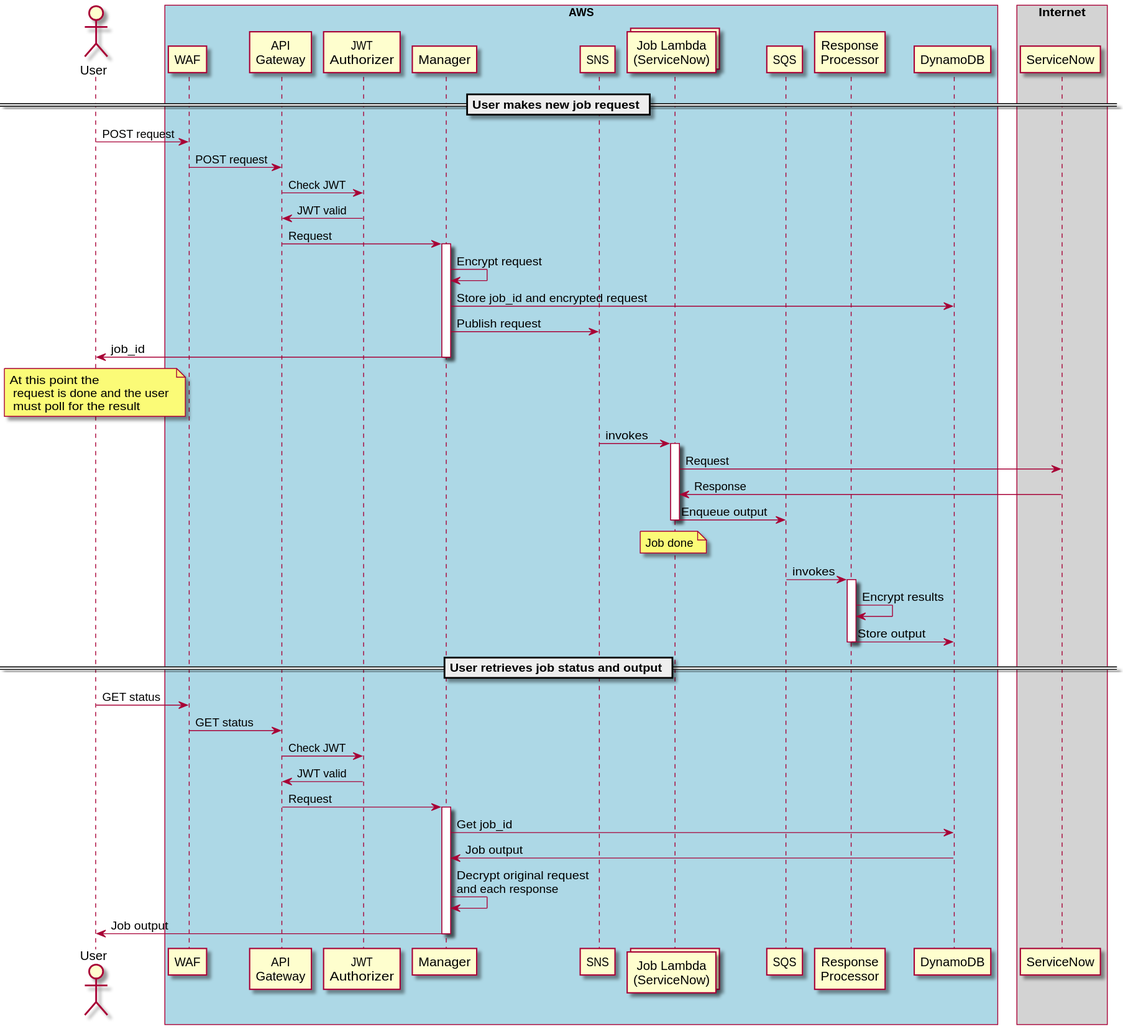
The PlantUML diagram docs/diagrams/job_request_flow.svg in gdsec-test/threat-api, before a commit.
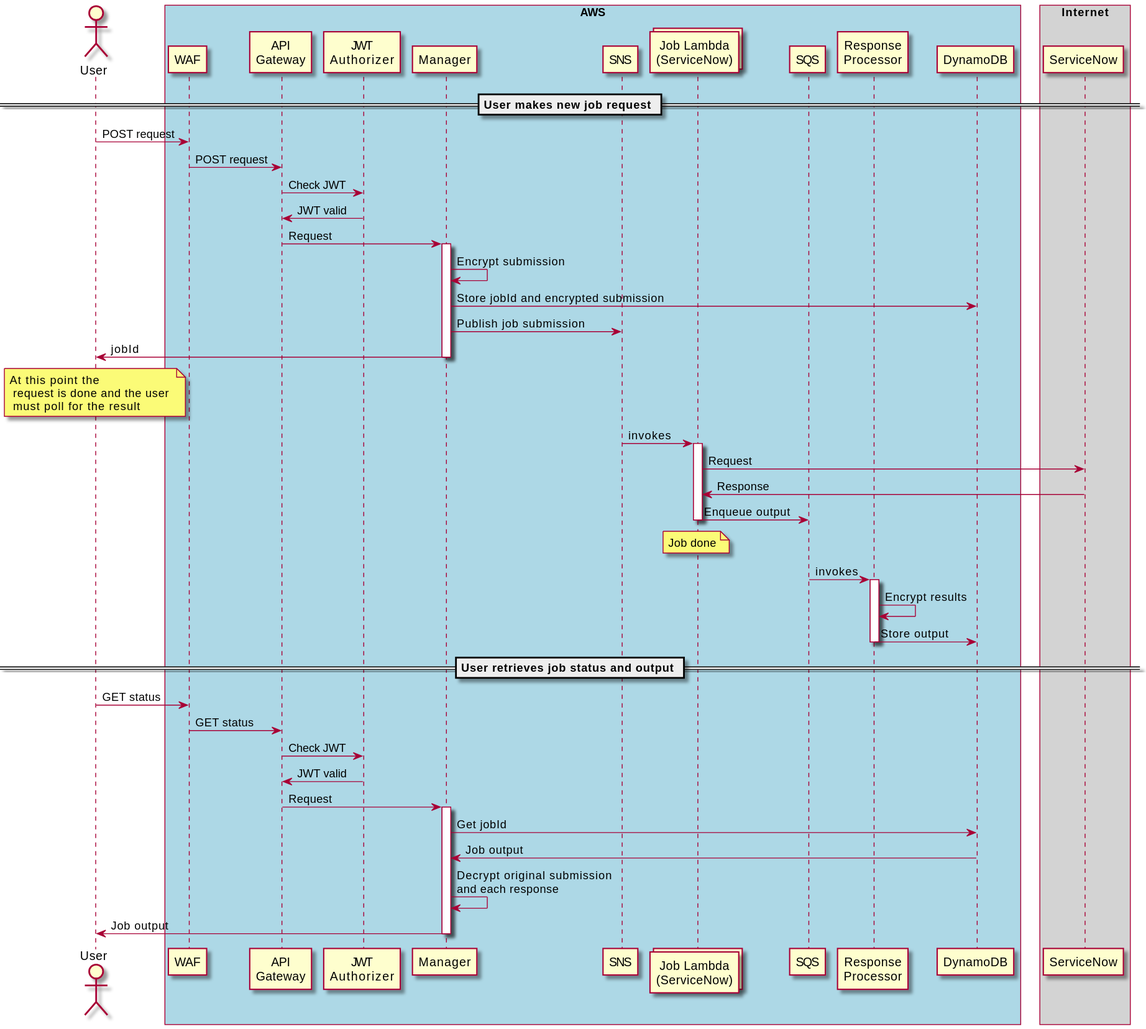
The same file after the commit.

Diff of the diagram source:
```diff
@@ -16,10 +16,10 @@
 JWT_Authorizer -> API_Gateway: JWT valid
 API_Gateway -> Manager : Request
 activate Manager
-Manager -> Manager : Encrypt request
-Manager -> DynamoDB : Store job_id and encrypted request
-Manager -> SNS : Publish request
-Manager -> User : job_id
+Manager -> Manager : Encrypt submission
+Manager -> DynamoDB : Store jobId and encrypted submission
+Manager -> SNS : Publish job submission
+Manager -> User : jobId
 deactivate Manager
 note over User : At this point the \n request is done and the user \n must poll for the result
 collections "Job Lambda\n(ServiceNow)" as Job_Lambda
@@ -55,9 +55,9 @@
 JWT_Authorizer -> API_Gateway: JWT valid
 API_Gateway -> Manager : Request
 activate Manager
-Manager -> DynamoDB : Get job_id
+Manager -> DynamoDB : Get jobId
 DynamoDB -> Manager : Job output
-Manager -> Manager : Decrypt original request\nand each response
+Manager -> Manager : Decrypt original submission\nand each response
 Manager -> User : Job output
 deactivate Manager
 
```
